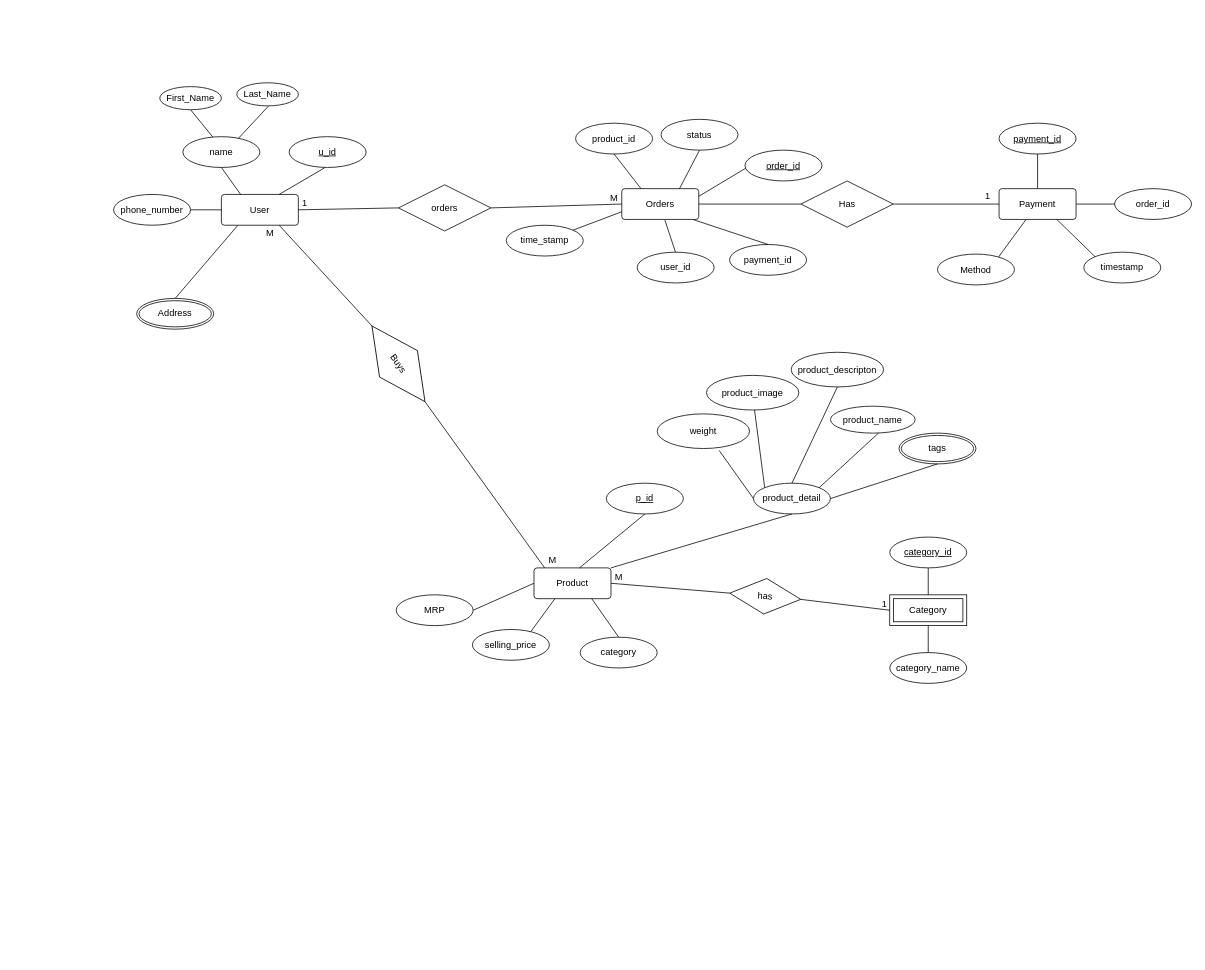
Dhiraj275/ecommerce-srs keeps this draw.io diagram as diagram/ER diagram.drawio. Above is the earlier version. Source tidied: cells renumbered, new cells numbered last; positions are measured from the earlier drawing's top-left corner, leaving out a move shared by most shapes. Both pictures are drawn from the tidied source at 77%, with x=0, y=0 at pixel (113, 82).
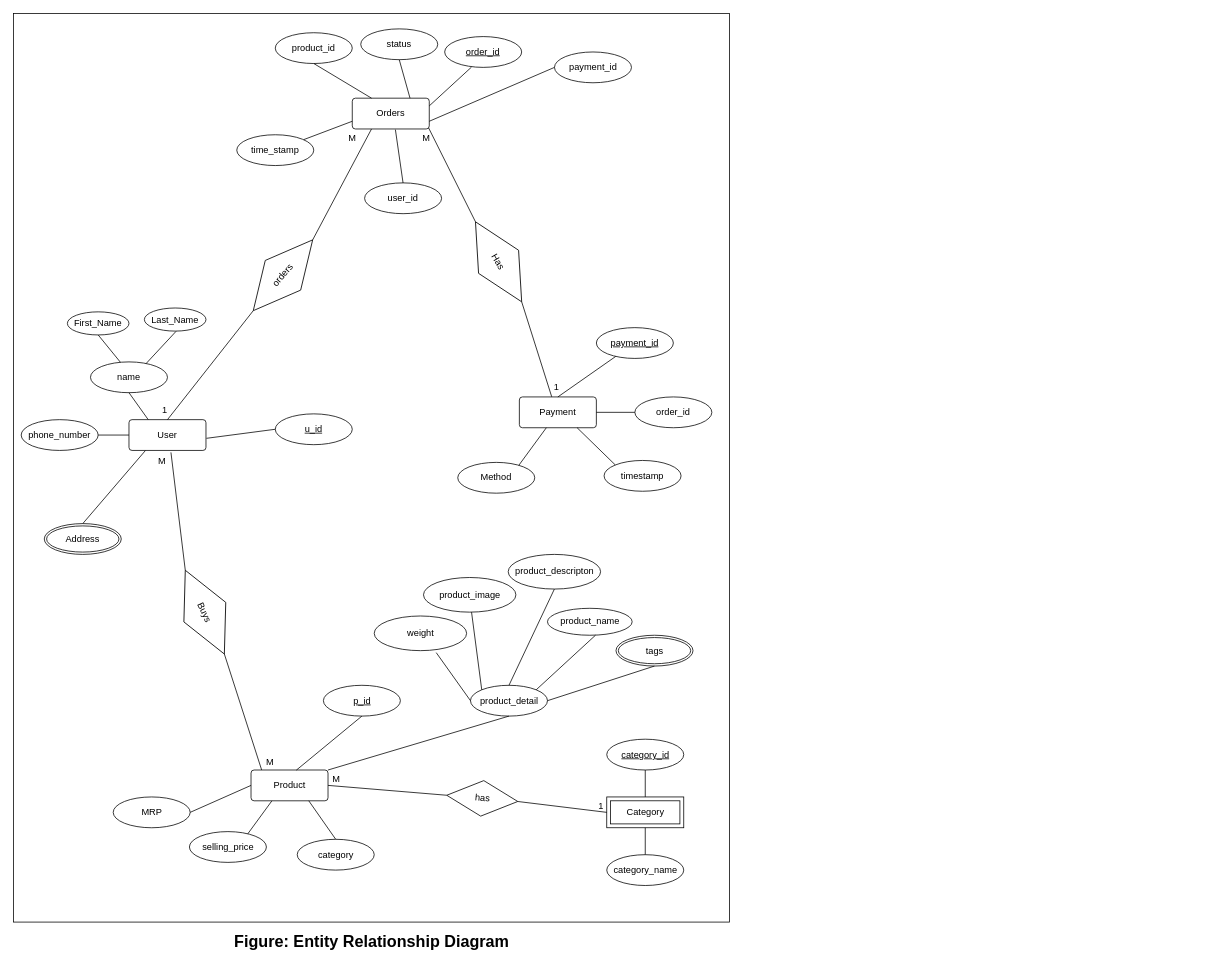
The same page after the edit.

Unchanged cells that the change refers to:
```xml
<mxCell id="51" style="endArrow=none;html=1;rounded=0;exitX=1;exitY=0.5;exitDx=0;exitDy=0;entryX=0;entryY=0.5;entryDx=0;entryDy=0;" parent="1" edge="1" source="2" target="50">
  <mxGeometry relative="1" as="geometry" />
</mxCell>
```

Change to the diagram source:
```diff
@@
     <mxCell id="2" value="Product" style="rounded=1;arcSize=10;whiteSpace=wrap;html=1;align=center;" parent="1" vertex="1">
-      <mxGeometry x="546" y="630" width="100" height="40" as="geometry" />
+      <mxGeometry x="178.5" y="892.5" width="100" height="40" as="geometry" />
     </mxCell>
     <mxCell id="3" value="User" style="rounded=1;arcSize=10;whiteSpace=wrap;html=1;align=center;" parent="1" vertex="1">
-      <mxGeometry x="140" y="145" width="100" height="40" as="geometry" />
+      <mxGeometry x="20" y="437.5" width="100" height="40" as="geometry" />
     </mxCell>
     <mxCell id="4" value="Category" style="shape=ext;margin=3;double=1;whiteSpace=wrap;html=1;align=center;" parent="1" vertex="1">
-      <mxGeometry x="1008" y="665" width="100" height="40" as="geometry" />
+      <mxGeometry x="640.5" y="927.5" width="100" height="40" as="geometry" />
     </mxCell>
     <mxCell id="5" value="Payment" style="rounded=1;arcSize=10;whiteSpace=wrap;html=1;align=center;" parent="1" vertex="1">
-      <mxGeometry x="1150" y="137.5" width="100" height="40" as="geometry" />
+      <mxGeometry x="527" y="408" width="100" height="40" as="geometry" />
     </mxCell>
     <mxCell id="6" value="u_id" style="ellipse;whiteSpace=wrap;html=1;align=center;fontStyle=4;" parent="1" vertex="1">
-      <mxGeometry x="228" y="70" width="100" height="40" as="geometry" />
+      <mxGeometry x="210" y="430" width="100" height="40" as="geometry" />
     </mxCell>
-    <mxCell id="7" style="endArrow=none;html=1;rounded=0;exitX=0.75;exitY=0;exitDx=0;exitDy=0;entryX=0.462;entryY=1.01;entryDx=0;entryDy=0;entryPerimeter=0;" parent="1" edge="1" source="3" target="6">
+    <mxCell id="7" style="endArrow=none;html=1;rounded=0;exitX=1.006;exitY=0.606;exitDx=0;exitDy=0;entryX=0;entryY=0.5;entryDx=0;entryDy=0;exitPerimeter=0;" parent="1" edge="1" source="3" target="6">
       <mxGeometry relative="1" as="geometry" />
     </mxCell>
     <mxCell id="8" value="name" style="ellipse;whiteSpace=wrap;html=1;align=center;" parent="1" vertex="1">
-      <mxGeometry x="90" y="70" width="100" height="40" as="geometry" />
+      <mxGeometry x="-30" y="362.5" width="100" height="40" as="geometry" />
     </mxCell>
@@
     <mxCell id="11" value="First_Name" style="ellipse;whiteSpace=wrap;html=1;align=center;" parent="1" vertex="1">
-      <mxGeometry x="60" y="5" width="80" height="30" as="geometry" />
+      <mxGeometry x="-60" y="297.5" width="80" height="30" as="geometry" />
     </mxCell>
     <mxCell id="12" value="Last_Name" style="ellipse;whiteSpace=wrap;html=1;align=center;" parent="1" vertex="1">
-      <mxGeometry x="160" width="80" height="30" as="geometry" />
+      <mxGeometry x="40" y="292.5" width="80" height="30" as="geometry" />
     </mxCell>
     <mxCell id="13" value="Address" style="ellipse;shape=doubleEllipse;margin=3;whiteSpace=wrap;html=1;align=center;" parent="1" vertex="1">
-      <mxGeometry x="30" y="280" width="100" height="40" as="geometry" />
+      <mxGeometry x="-90" y="572.5" width="100" height="40" as="geometry" />
     </mxCell>
-    <mxCell id="14" style="endArrow=none;html=1;rounded=0;exitX=0.721;exitY=0.058;exitDx=0;exitDy=0;exitPerimeter=0;entryX=0.515;entryY=1.008;entryDx=0;entryDy=0;entryPerimeter=0;" parent="1" edge="1" target="12">
-      <mxGeometry relative="1" as="geometry">
-        <mxPoint x="162.1" y="72.3" as="sourcePoint" />
-      </mxGeometry>
-    </mxCell>
+    <mxCell id="82" style="endArrow=none;html=1;rounded=0;exitX=0.721;exitY=0.058;exitDx=0;exitDy=0;exitPerimeter=0;entryX=0.515;entryY=1.008;entryDx=0;entryDy=0;entryPerimeter=0;" parent="1" edge="1" target="12">
+      <mxGeometry relative="1" as="geometry">
+        <mxPoint x="42.1" y="364.8" as="sourcePoint" />
+      </mxGeometry>
+    </mxCell>
@@
     <mxCell id="16" value="phone_number" style="ellipse;whiteSpace=wrap;html=1;align=center;" parent="1" vertex="1">
-      <mxGeometry y="145" width="100" height="40" as="geometry" />
+      <mxGeometry x="-120" y="437.5" width="100" height="40" as="geometry" />
     </mxCell>
-    <mxCell id="17" style="endArrow=none;html=1;rounded=0;entryX=0;entryY=0.5;entryDx=0;entryDy=0;" parent="1" edge="1" target="3">
-      <mxGeometry relative="1" as="geometry">
-        <mxPoint x="100" y="165" as="sourcePoint" />
-      </mxGeometry>
-    </mxCell>
+    <mxCell id="83" style="endArrow=none;html=1;rounded=0;entryX=0;entryY=0.5;entryDx=0;entryDy=0;" parent="1" edge="1" target="3">
+      <mxGeometry relative="1" as="geometry">
+        <mxPoint x="-20" y="457.5" as="sourcePoint" />
+      </mxGeometry>
+    </mxCell>
     <mxCell id="18" value="&lt;u&gt;payment_id&lt;/u&gt;" style="ellipse;whiteSpace=wrap;html=1;align=center;" parent="1" vertex="1">
-      <mxGeometry x="1150" y="52.5" width="100" height="40" as="geometry" />
+      <mxGeometry x="627" y="318" width="100" height="40" as="geometry" />
     </mxCell>
     <mxCell id="19" value="order_id" style="ellipse;whiteSpace=wrap;html=1;align=center;" parent="1" vertex="1">
-      <mxGeometry x="1300" y="137.5" width="100" height="40" as="geometry" />
+      <mxGeometry x="677" y="408" width="100" height="40" as="geometry" />
     </mxCell>
     <mxCell id="20" value="timestamp" style="ellipse;whiteSpace=wrap;html=1;align=center;" parent="1" vertex="1">
-      <mxGeometry x="1260" y="220" width="100" height="40" as="geometry" />
+      <mxGeometry x="637" y="490.5" width="100" height="40" as="geometry" />
     </mxCell>
     <mxCell id="21" value="Method" style="ellipse;whiteSpace=wrap;html=1;align=center;" parent="1" vertex="1">
-      <mxGeometry x="1070" y="222.5" width="100" height="40" as="geometry" />
+      <mxGeometry x="447" y="493" width="100" height="40" as="geometry" />
     </mxCell>
@@
     <mxCell id="26" value="&lt;u&gt;p_id&lt;/u&gt;" style="ellipse;whiteSpace=wrap;html=1;align=center;" parent="1" vertex="1">
-      <mxGeometry x="640" y="520" width="100" height="40" as="geometry" />
+      <mxGeometry x="272.5" y="782.5" width="100" height="40" as="geometry" />
     </mxCell>
     <mxCell id="27" value="product_detail" style="ellipse;whiteSpace=wrap;html=1;align=center;" parent="1" vertex="1">
-      <mxGeometry x="831" y="520" width="100" height="40" as="geometry" />
+      <mxGeometry x="463.5" y="782.5" width="100" height="40" as="geometry" />
     </mxCell>
@@
     <mxCell id="30" value="product_name" style="ellipse;whiteSpace=wrap;html=1;align=center;" parent="1" vertex="1">
-      <mxGeometry x="931" y="420" width="110" height="35" as="geometry" />
+      <mxGeometry x="563.5" y="682.5" width="110" height="35" as="geometry" />
     </mxCell>
     <mxCell id="31" value="tags" style="ellipse;shape=doubleEllipse;margin=3;whiteSpace=wrap;html=1;align=center;" parent="1" vertex="1">
-      <mxGeometry x="1020" y="455" width="100" height="40" as="geometry" />
+      <mxGeometry x="652.5" y="717.5" width="100" height="40" as="geometry" />
     </mxCell>
     <mxCell id="32" value="product_descripton" style="ellipse;whiteSpace=wrap;html=1;align=center;" parent="1" vertex="1">
-      <mxGeometry x="880" y="350" width="120" height="45" as="geometry" />
+      <mxGeometry x="512.5" y="612.5" width="120" height="45" as="geometry" />
     </mxCell>
     <mxCell id="33" value="product_image" style="ellipse;whiteSpace=wrap;html=1;align=center;" parent="1" vertex="1">
-      <mxGeometry x="770" y="380" width="120" height="45" as="geometry" />
+      <mxGeometry x="402.5" y="642.5" width="120" height="45" as="geometry" />
     </mxCell>
     <mxCell id="34" value="weight" style="ellipse;whiteSpace=wrap;html=1;align=center;" parent="1" vertex="1">
-      <mxGeometry x="706" y="430" width="120" height="45" as="geometry" />
+      <mxGeometry x="338.5" y="692.5" width="120" height="45" as="geometry" />
     </mxCell>
@@
     <mxCell id="40" value="MRP" style="ellipse;whiteSpace=wrap;html=1;align=center;" parent="1" vertex="1">
-      <mxGeometry x="367" y="665" width="100" height="40" as="geometry" />
+      <mxGeometry x="-0.5" y="927.5" width="100" height="40" as="geometry" />
     </mxCell>
     <mxCell id="41" value="selling_price" style="ellipse;whiteSpace=wrap;html=1;align=center;" parent="1" vertex="1">
-      <mxGeometry x="466" y="710" width="100" height="40" as="geometry" />
+      <mxGeometry x="98.5" y="972.5" width="100" height="40" as="geometry" />
     </mxCell>
@@
     <mxCell id="44" value="category" style="ellipse;whiteSpace=wrap;html=1;align=center;" parent="1" vertex="1">
-      <mxGeometry x="606" y="720" width="100" height="40" as="geometry" />
+      <mxGeometry x="238.5" y="982.5" width="100" height="40" as="geometry" />
     </mxCell>
@@
     <mxCell id="46" value="&lt;u&gt;category_id&lt;/u&gt;" style="ellipse;whiteSpace=wrap;html=1;align=center;" parent="1" vertex="1">
-      <mxGeometry x="1008" y="590" width="100" height="40" as="geometry" />
+      <mxGeometry x="640.5" y="852.5" width="100" height="40" as="geometry" />
     </mxCell>
     <mxCell id="47" value="category_name" style="ellipse;whiteSpace=wrap;html=1;align=center;" parent="1" vertex="1">
-      <mxGeometry x="1008" y="740" width="100" height="40" as="geometry" />
+      <mxGeometry x="640.5" y="1002.5" width="100" height="40" as="geometry" />
     </mxCell>
@@
     <mxCell id="50" value="has" style="shape=rhombus;perimeter=rhombusPerimeter;whiteSpace=wrap;html=1;align=center;rotation=5;" parent="1" vertex="1">
-      <mxGeometry x="800" y="643.7" width="92.6" height="46.3" as="geometry" />
+      <mxGeometry x="432.5" y="906.2" width="92.6" height="46.3" as="geometry" />
     </mxCell>
@@
-    <mxCell id="52" value="&amp;nbsp;M" style="html=1;align=left;verticalAlign=bottom;" parent="51" vertex="1">
-      <mxGeometry x="-1" relative="1" as="geometry" />
-    </mxCell>
+    <mxCell id="84" value="&amp;nbsp;M" style="html=1;align=left;verticalAlign=bottom;" parent="51" vertex="1">
+      <mxGeometry x="-1" relative="1" as="geometry" />
+    </mxCell>
@@
     <mxCell id="55" value="Orders" style="rounded=1;arcSize=10;whiteSpace=wrap;html=1;align=center;" parent="1" vertex="1">
-      <mxGeometry x="660" y="137.5" width="100" height="40" as="geometry" />
+      <mxGeometry x="310" y="20" width="100" height="40" as="geometry" />
     </mxCell>
     <mxCell id="56" value="order_id" style="ellipse;whiteSpace=wrap;html=1;align=center;fontStyle=4;" parent="1" vertex="1">
-      <mxGeometry x="820" y="87.5" width="100" height="40" as="geometry" />
+      <mxGeometry x="430" y="-60" width="100" height="40" as="geometry" />
     </mxCell>
-    <mxCell id="57" style="endArrow=none;html=1;rounded=0;exitX=1;exitY=0.25;exitDx=0;exitDy=0;entryX=0.011;entryY=0.584;entryDx=0;entryDy=0;entryPerimeter=0;" parent="1" edge="1" source="55" target="56">
+    <mxCell id="57" style="endArrow=none;html=1;rounded=0;exitX=1;exitY=0.25;exitDx=0;exitDy=0;entryX=0.348;entryY=0.992;entryDx=0;entryDy=0;entryPerimeter=0;" parent="1" edge="1" source="55" target="56">
       <mxGeometry relative="1" as="geometry" />
     </mxCell>
     <mxCell id="58" value="product_id" style="ellipse;whiteSpace=wrap;html=1;align=center;" parent="1" vertex="1">
-      <mxGeometry x="600" y="52.5" width="100" height="40" as="geometry" />
+      <mxGeometry x="210" y="-65" width="100" height="40" as="geometry" />
     </mxCell>
@@
     <mxCell id="62" value="user_id" style="ellipse;whiteSpace=wrap;html=1;align=center;" parent="1" vertex="1">
-      <mxGeometry x="680" y="220" width="100" height="40" as="geometry" />
+      <mxGeometry x="326" y="130" width="100" height="40" as="geometry" />
     </mxCell>
     <mxCell id="63" value="status" style="ellipse;whiteSpace=wrap;html=1;align=center;" parent="1" vertex="1">
-      <mxGeometry x="711" y="47.5" width="100" height="40" as="geometry" />
+      <mxGeometry x="321" y="-70" width="100" height="40" as="geometry" />
     </mxCell>
     <mxCell id="64" value="time_stamp" style="ellipse;whiteSpace=wrap;html=1;align=center;" parent="1" vertex="1">
-      <mxGeometry x="510" y="185" width="100" height="40" as="geometry" />
+      <mxGeometry x="160" y="67.5" width="100" height="40" as="geometry" />
     </mxCell>
@@
-    <mxCell id="66" style="endArrow=none;html=1;rounded=0;exitX=0;exitY=0.5;exitDx=0;exitDy=0;entryX=1;entryY=0.5;entryDx=0;entryDy=0;startArrow=none;" parent="1" edge="1" source="68">
-      <mxGeometry relative="1" as="geometry">
-        <mxPoint x="240" y="165" as="targetPoint" />
-      </mxGeometry>
-    </mxCell>
+    <mxCell id="85" style="endArrow=none;html=1;rounded=0;exitX=0;exitY=0.5;exitDx=0;exitDy=0;entryX=0.5;entryY=0;entryDx=0;entryDy=0;startArrow=none;" parent="1" edge="1" source="68" target="3">
+      <mxGeometry relative="1" as="geometry" />
+    </mxCell>
     <mxCell id="67" value="1" style="text;html=1;align=center;verticalAlign=middle;strokeColor=none;fillColor=none;" parent="1" vertex="1">
-      <mxGeometry x="1120" y="132.5" width="30" height="30" as="geometry" />
+      <mxGeometry x="559.6" y="380.5" width="30" height="30" as="geometry" />
     </mxCell>
-    <mxCell id="68" value="orders" style="shape=rhombus;perimeter=rhombusPerimeter;whiteSpace=wrap;html=1;align=center;" parent="1" vertex="1">
-      <mxGeometry x="370" y="132.5" width="120" height="60" as="geometry" />
+    <mxCell id="68" value="orders" style="shape=rhombus;perimeter=rhombusPerimeter;whiteSpace=wrap;html=1;align=center;rotation=-50;" parent="1" vertex="1">
+      <mxGeometry x="160" y="220" width="120" height="60" as="geometry" />
     </mxCell>
-    <mxCell id="69" style="endArrow=none;html=1;rounded=0;exitX=0;exitY=0.5;exitDx=0;exitDy=0;entryX=1;entryY=0.5;entryDx=0;entryDy=0;" parent="1" edge="1" target="68">
-      <mxGeometry relative="1" as="geometry">
-        <mxPoint x="660" y="157.5" as="sourcePoint" />
-      </mxGeometry>
-    </mxCell>
-    <mxCell id="70" value="&amp;nbsp;M" style="html=1;align=left;verticalAlign=bottom;" parent="69" vertex="1">
-      <mxGeometry x="-1" relative="1" as="geometry">
-        <mxPoint x="-20" as="offset" />
-      </mxGeometry>
-    </mxCell>
+    <mxCell id="86" style="endArrow=none;html=1;rounded=0;exitX=0.25;exitY=1;exitDx=0;exitDy=0;entryX=1;entryY=0.5;entryDx=0;entryDy=0;" parent="1" edge="1" source="55" target="68">
+      <mxGeometry relative="1" as="geometry" />
+    </mxCell>
+    <mxCell id="87" value="&amp;nbsp;M" style="html=1;align=left;verticalAlign=bottom;" parent="86" vertex="1">
+      <mxGeometry x="-1" relative="1" as="geometry">
+        <mxPoint x="-35" y="20" as="offset" />
+      </mxGeometry>
+    </mxCell>
     <mxCell id="71" value="payment_id" style="ellipse;whiteSpace=wrap;html=1;align=center;" parent="1" vertex="1">
-      <mxGeometry x="800" y="210" width="100" height="40" as="geometry" />
+      <mxGeometry x="572.6" y="-40" width="100" height="40" as="geometry" />
     </mxCell>
-    <mxCell id="72" style="endArrow=none;html=1;rounded=0;exitX=0.931;exitY=1.007;exitDx=0;exitDy=0;entryX=0.5;entryY=0;entryDx=0;entryDy=0;exitPerimeter=0;" parent="1" edge="1" source="55" target="71">
+    <mxCell id="72" style="endArrow=none;html=1;rounded=0;exitX=1;exitY=0.75;exitDx=0;exitDy=0;entryX=0;entryY=0.5;entryDx=0;entryDy=0;" parent="1" edge="1" source="55" target="71">
       <mxGeometry relative="1" as="geometry" />
     </mxCell>
-    <mxCell id="73" style="endArrow=none;html=1;rounded=0;exitX=0;exitY=0.5;exitDx=0;exitDy=0;startArrow=none;entryX=1;entryY=0.5;entryDx=0;entryDy=0;" parent="1" edge="1" source="74" target="55">
+    <mxCell id="73" style="endArrow=none;html=1;rounded=0;exitX=0;exitY=0.5;exitDx=0;exitDy=0;startArrow=none;entryX=0.991;entryY=0.963;entryDx=0;entryDy=0;entryPerimeter=0;" parent="1" edge="1" source="74" target="55">
       <mxGeometry relative="1" as="geometry" />
     </mxCell>
-    <mxCell id="74" value="Has" style="shape=rhombus;perimeter=rhombusPerimeter;whiteSpace=wrap;html=1;align=center;" parent="1" vertex="1">
-      <mxGeometry x="892.6" y="127.5" width="120" height="60" as="geometry" />
+    <mxCell id="74" value="Has" style="shape=rhombus;perimeter=rhombusPerimeter;whiteSpace=wrap;html=1;align=center;rotation=60;" parent="1" vertex="1">
+      <mxGeometry x="440" y="202.5" width="120" height="60" as="geometry" />
     </mxCell>
-    <mxCell id="75" style="endArrow=none;html=1;rounded=0;exitX=0;exitY=0.5;exitDx=0;exitDy=0;entryX=1;entryY=0.5;entryDx=0;entryDy=0;" parent="1" edge="1" source="5" target="74">
+    <mxCell id="75" style="endArrow=none;html=1;rounded=0;exitX=0.42;exitY=-0.005;exitDx=0;exitDy=0;entryX=1;entryY=0.5;entryDx=0;entryDy=0;exitPerimeter=0;" parent="1" edge="1" source="5" target="74">
       <mxGeometry relative="1" as="geometry" />
     </mxCell>
     <mxCell id="76" value="&amp;nbsp;1" style="html=1;align=left;verticalAlign=bottom;direction=east;" parent="1" vertex="1">
-      <mxGeometry x="240" y="165" as="geometry" />
+      <mxGeometry x="120" y="457.5" as="geometry">
+        <mxPoint x="-62" y="-25" as="offset" />
+      </mxGeometry>
     </mxCell>
@@
     <mxCell id="78" value="M" style="text;html=1;align=center;verticalAlign=middle;strokeColor=none;fillColor=none;" parent="1" vertex="1">
-      <mxGeometry x="555" y="605" width="30" height="30" as="geometry" />
+      <mxGeometry x="187.5" y="867.5" width="30" height="30" as="geometry" />
     </mxCell>
-    <mxCell id="79" value="Buys" style="shape=rhombus;perimeter=rhombusPerimeter;whiteSpace=wrap;html=1;align=center;rotation=55;" parent="1" vertex="1">
-      <mxGeometry x="310" y="335" width="120" height="60" as="geometry" />
+    <mxCell id="79" value="Buys" style="shape=rhombus;perimeter=rhombusPerimeter;whiteSpace=wrap;html=1;align=center;rotation=65;" parent="1" vertex="1">
+      <mxGeometry x="58.5" y="657.5" width="120" height="60" as="geometry" />
     </mxCell>
-    <mxCell id="80" style="endArrow=none;html=1;rounded=0;exitX=0.75;exitY=1;exitDx=0;exitDy=0;entryX=0;entryY=0.5;entryDx=0;entryDy=0;" parent="1" edge="1" source="3" target="79">
+    <mxCell id="80" style="endArrow=none;html=1;rounded=0;exitX=0.545;exitY=1.063;exitDx=0;exitDy=0;entryX=0;entryY=0.5;entryDx=0;entryDy=0;exitPerimeter=0;" parent="1" edge="1" source="3" target="79">
       <mxGeometry relative="1" as="geometry" />
     </mxCell>
-    <mxCell id="81" value="&amp;nbsp;M" style="html=1;align=left;verticalAlign=bottom;" parent="80" vertex="1">
-      <mxGeometry x="-1" relative="1" as="geometry">
-        <mxPoint x="-22" y="19" as="offset" />
-      </mxGeometry>
-    </mxCell>
+    <mxCell id="88" value="&amp;nbsp;M" style="html=1;align=left;verticalAlign=bottom;" parent="80" vertex="1">
+      <mxGeometry x="-1" relative="1" as="geometry">
+        <mxPoint x="-22" y="19" as="offset" />
+      </mxGeometry>
+    </mxCell>
+    <mxCell id="89" value="&amp;nbsp;M" style="html=1;align=left;verticalAlign=bottom;" parent="1" vertex="1">
+      <mxGeometry x="396" y="80" as="geometry" />
+    </mxCell>
+    <mxCell id="90" style="rounded=0;whiteSpace=wrap;html=1;fillColor=none;" parent="1" vertex="1">
+      <mxGeometry x="-130" y="-90" width="930" height="1180" as="geometry" />
+    </mxCell>
+    <mxCell id="91" value="&lt;b&gt;&lt;font style=&quot;font-size: 21px;&quot;&gt;Figure: Entity Relationship Diagram&lt;/font&gt;&lt;/b&gt;" style="text;html=1;align=center;verticalAlign=middle;strokeColor=none;fillColor=none;" parent="1" vertex="1">
+      <mxGeometry x="145" y="1095" width="380" height="40" as="geometry" />
+    </mxCell>
```
